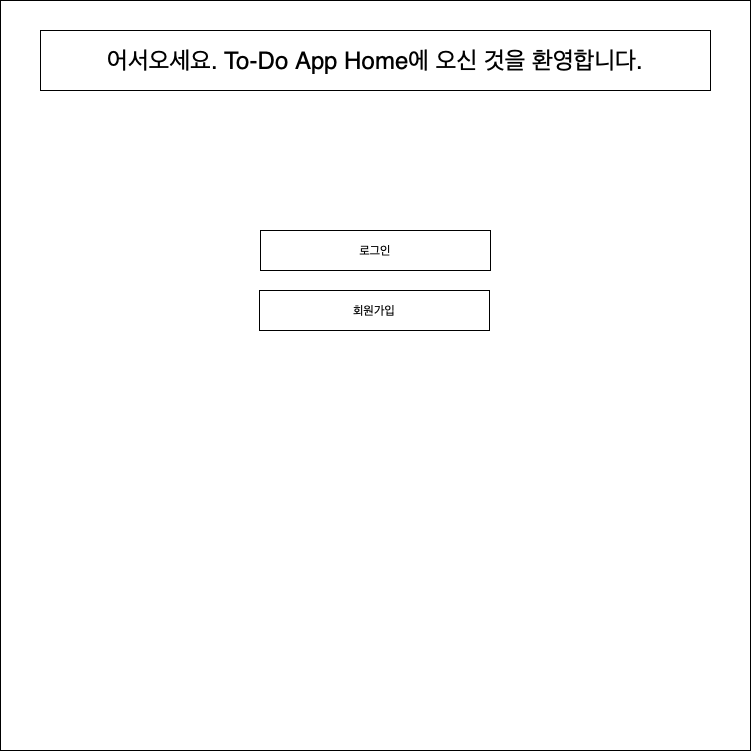
This is design/To-Do App Home.drawio.png from imaneya/clush-todo-frontend, a draw.io export, as it was before one commit. Source tidied: cells renumbered, new cells last; positions are measured from the earlier drawing's top-left corner, leaving out a move shared by most shapes. Source of this version:
```xml
<mxGraphModel>
  <root>
    <mxCell id="0" />
    <mxCell id="1" parent="0" />
    <mxCell id="2" style="whiteSpace=wrap;html=1;" parent="1" vertex="1">
      <mxGeometry width="750" height="750" as="geometry" />
    </mxCell>
    <mxCell id="3" value="어서오세요. To-Do App Home에 오신 것을 환영합니다." style="rounded=0;whiteSpace=wrap;html=1;align=center;fontSize=24;spacingLeft=0;" parent="1" vertex="1">
      <mxGeometry x="40" y="30" width="670" height="60" as="geometry" />
    </mxCell>
    <mxCell id="4" value="로그인" style="rounded=0;whiteSpace=wrap;html=1;" parent="1" vertex="1">
      <mxGeometry x="260" y="230" width="230" height="40" as="geometry" />
    </mxCell>
    <mxCell id="5" value="회원가입" style="rounded=0;whiteSpace=wrap;html=1;" parent="1" vertex="1">
      <mxGeometry x="259" y="290" width="230" height="40" as="geometry" />
    </mxCell>
  </root>
</mxGraphModel>
```
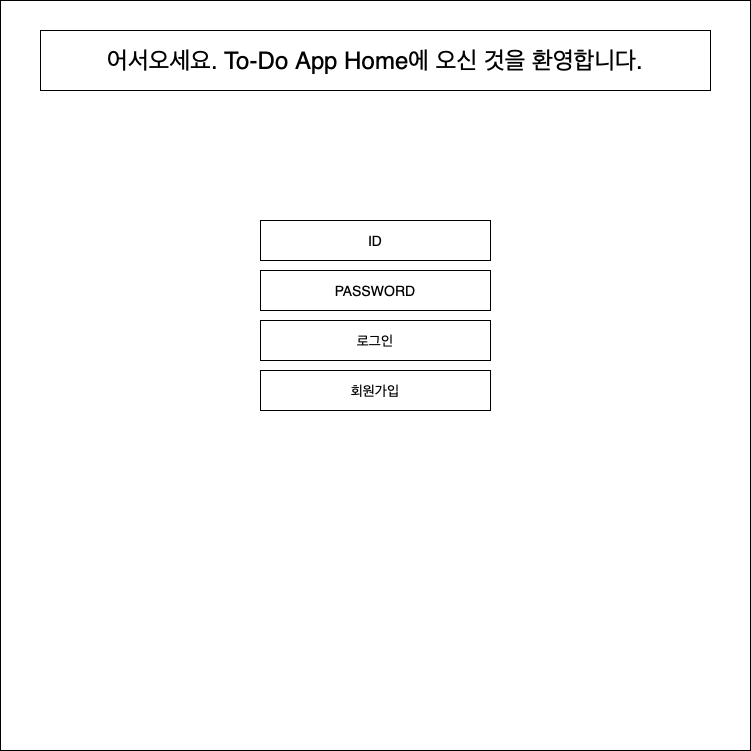
Later version of the same file.

Change to the diagram source:
```diff
@@ -8,11 +8,17 @@
     <mxCell id="3" value="어서오세요. To-Do App Home에 오신 것을 환영합니다." style="rounded=0;whiteSpace=wrap;html=1;align=center;fontSize=24;spacingLeft=0;" parent="1" vertex="1">
       <mxGeometry x="40" y="30" width="670" height="60" as="geometry" />
     </mxCell>
-    <mxCell id="4" value="로그인" style="rounded=0;whiteSpace=wrap;html=1;" parent="1" vertex="1">
-      <mxGeometry x="260" y="230" width="230" height="40" as="geometry" />
+    <mxCell id="4" value="로그인" style="rounded=0;whiteSpace=wrap;html=1;fontSize=14;" parent="1" vertex="1">
+      <mxGeometry x="260" y="320" width="230" height="40" as="geometry" />
     </mxCell>
-    <mxCell id="5" value="회원가입" style="rounded=0;whiteSpace=wrap;html=1;" parent="1" vertex="1">
-      <mxGeometry x="259" y="290" width="230" height="40" as="geometry" />
+    <mxCell id="5" value="회원가입" style="rounded=0;whiteSpace=wrap;html=1;fontSize=14;" parent="1" vertex="1">
+      <mxGeometry x="260" y="370" width="230" height="40" as="geometry" />
     </mxCell>
+    <mxCell id="6" value="PASSWORD" style="rounded=0;whiteSpace=wrap;html=1;fontSize=14;" parent="1" vertex="1">
+      <mxGeometry x="260" y="270" width="230" height="40" as="geometry" />
+    </mxCell>
+    <mxCell id="7" value="ID" style="rounded=0;whiteSpace=wrap;html=1;fontSize=14;" parent="1" vertex="1">
+      <mxGeometry x="260" y="220" width="230" height="40" as="geometry" />
+    </mxCell>
   </root>
 </mxGraphModel>
```
